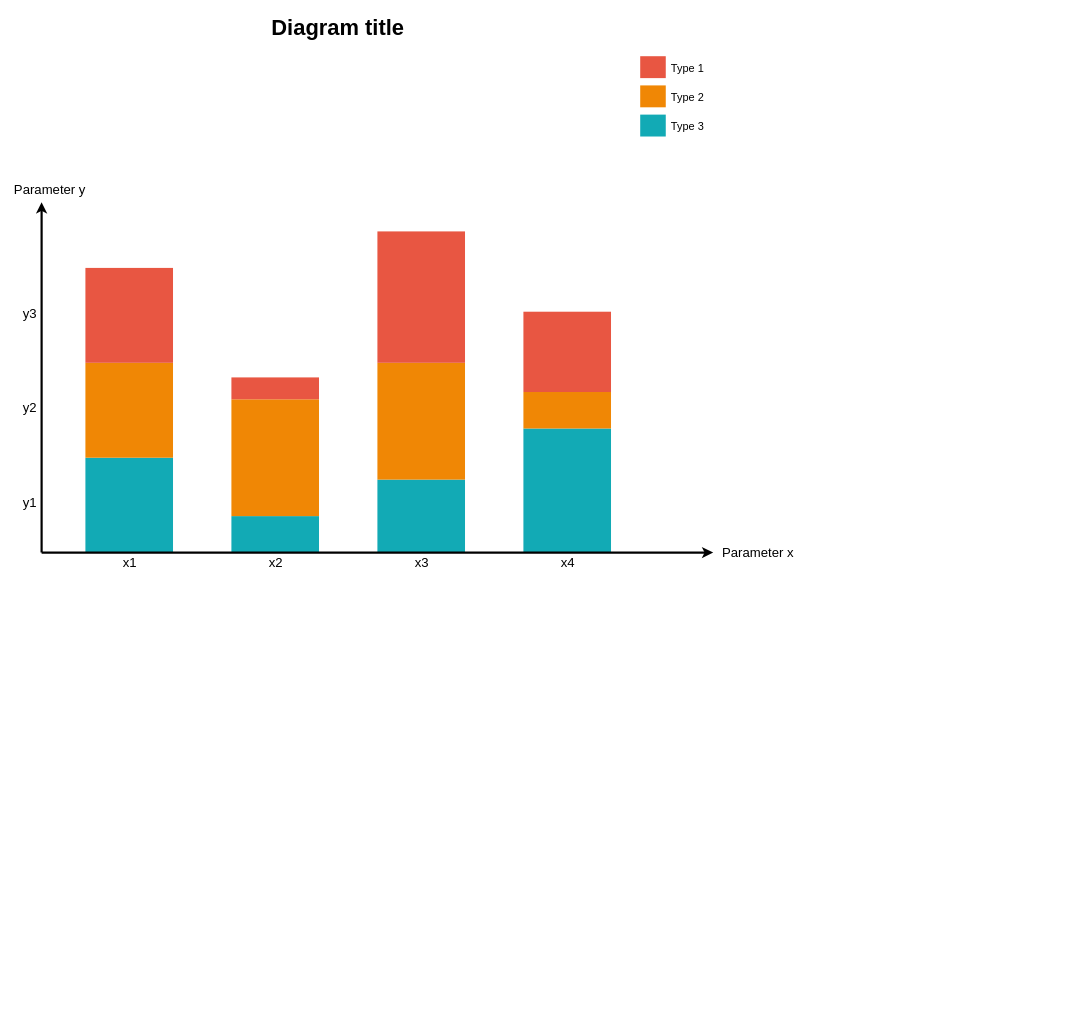
This is Untitled Diagram.drawio from zls1996/study_note, a draw.io file, before an edit. Source tidied: cells renumbered, new cells numbered last; positions are measured from the earlier drawing's top-left corner, leaving out a move shared by most shapes. Both pictures are drawn from the tidied source at 73%, with x=0, y=0 at pixel (12, 12).
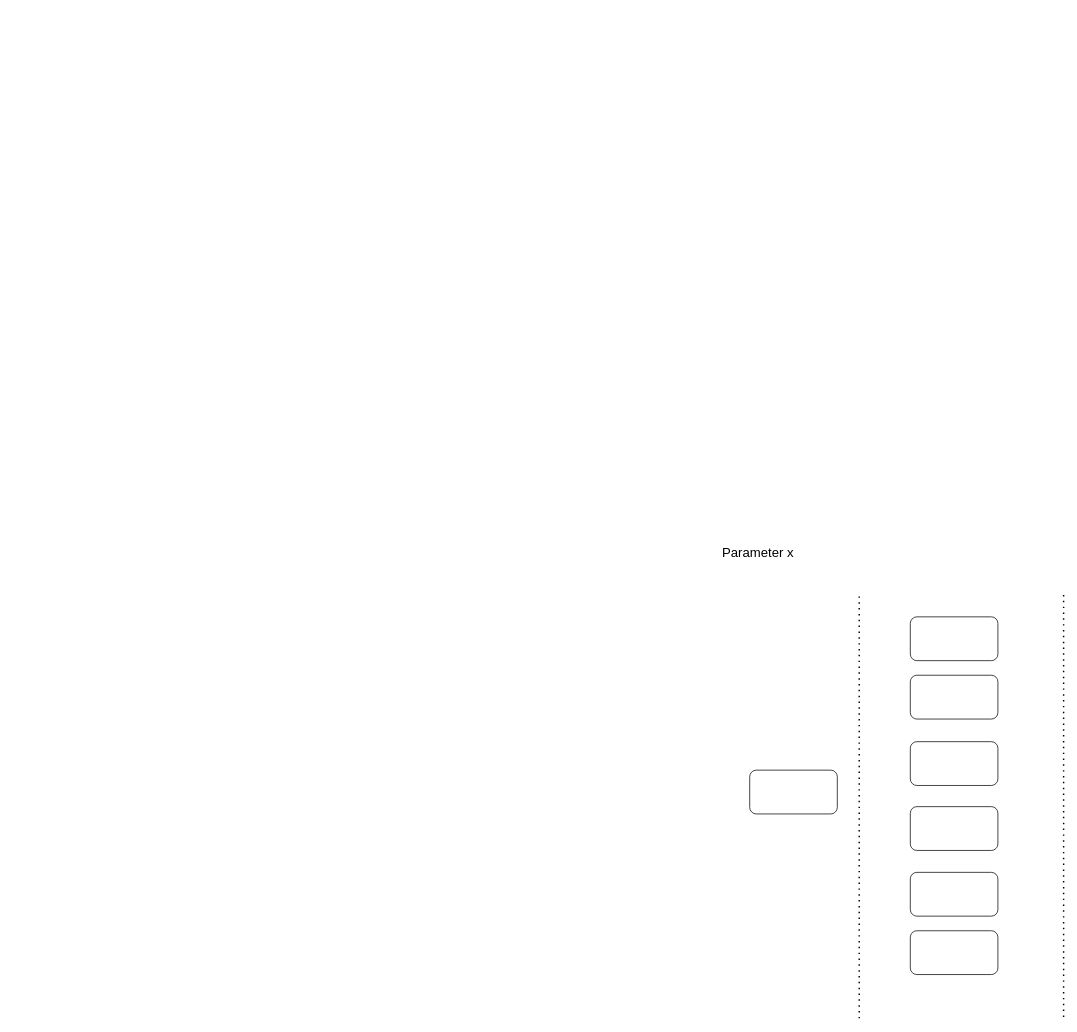
The same diagram, later.

Change to the diagram source:
```diff
@@
-    <mxCell id="2" style="whiteSpace=wrap;fillColor=#12AAB5;gradientColor=none;gradientDirection=east;strokeColor=none;html=1;fontColor=#23445d;" parent="1" vertex="1">
-      <mxGeometry x="99.5" y="610.5" width="120" height="130" as="geometry" />
-    </mxCell>
-    <mxCell id="3" style="whiteSpace=wrap;fillColor=#12AAB5;gradientColor=none;gradientDirection=east;strokeColor=none;html=1;fontColor=#23445d;" parent="1" vertex="1">
-      <mxGeometry x="299.5" y="690.5" width="120" height="50" as="geometry" />
-    </mxCell>
-    <mxCell id="4" style="whiteSpace=wrap;fillColor=#12AAB5;gradientColor=none;gradientDirection=east;strokeColor=none;html=1;fontColor=#23445d;" parent="1" vertex="1">
-      <mxGeometry x="499.5" y="640.5" width="120" height="100" as="geometry" />
-    </mxCell>
-    <mxCell id="5" style="whiteSpace=wrap;fillColor=#12AAB5;gradientColor=none;gradientDirection=east;strokeColor=none;html=1;fontColor=#23445d;" parent="1" vertex="1">
-      <mxGeometry x="699.5" y="570.5" width="120" height="170" as="geometry" />
-    </mxCell>
-    <mxCell id="6" style="edgeStyle=none;html=1;fontColor=#000000;strokeWidth=3;strokeColor=#000000;" parent="1" edge="1">
-      <mxGeometry relative="1" as="geometry">
-        <mxPoint x="39.5" y="740.5" as="sourcePoint" />
-        <mxPoint x="39.5" y="260.5" as="targetPoint" />
-      </mxGeometry>
-    </mxCell>
-    <mxCell id="7" style="whiteSpace=wrap;fillColor=#F08705;gradientColor=none;gradientDirection=east;strokeColor=none;html=1;fontColor=#23445d;" parent="1" vertex="1">
-      <mxGeometry x="99.5" y="480.5" width="120" height="130" as="geometry" />
-    </mxCell>
-    <mxCell id="8" style="whiteSpace=wrap;fillColor=#E85642;gradientColor=none;gradientDirection=east;strokeColor=none;html=1;fontColor=#23445d;" parent="1" vertex="1">
-      <mxGeometry x="99.5" y="350.5" width="120" height="130" as="geometry" />
-    </mxCell>
-    <mxCell id="9" style="whiteSpace=wrap;fillColor=#F08705;gradientColor=none;gradientDirection=east;strokeColor=none;html=1;fontColor=#23445d;" parent="1" vertex="1">
-      <mxGeometry x="299.5" y="530.5" width="120" height="160" as="geometry" />
-    </mxCell>
-    <mxCell id="10" style="whiteSpace=wrap;fillColor=#E85642;gradientColor=none;gradientDirection=east;strokeColor=none;html=1;fontColor=#23445d;" parent="1" vertex="1">
-      <mxGeometry x="299.5" y="500.5" width="120" height="30" as="geometry" />
-    </mxCell>
-    <mxCell id="11" style="whiteSpace=wrap;fillColor=#F08705;gradientColor=none;gradientDirection=east;strokeColor=none;html=1;fontColor=#23445d;" parent="1" vertex="1">
-      <mxGeometry x="499.5" y="480.5" width="120" height="160" as="geometry" />
-    </mxCell>
-    <mxCell id="12" style="whiteSpace=wrap;fillColor=#E85642;gradientColor=none;gradientDirection=east;strokeColor=none;html=1;fontColor=#23445d;" parent="1" vertex="1">
-      <mxGeometry x="499.5" y="300.5" width="120" height="180" as="geometry" />
-    </mxCell>
-    <mxCell id="13" style="edgeStyle=none;html=1;fontColor=#000000;strokeWidth=3;strokeColor=#000000;" parent="1" edge="1">
-      <mxGeometry relative="1" as="geometry">
-        <mxPoint x="39.5" y="740.5" as="sourcePoint" />
-        <mxPoint x="959.5" y="740.5" as="targetPoint" />
-      </mxGeometry>
-    </mxCell>
@@
-    <mxCell id="15" value="x1" style="text;spacingTop=-5;align=center;verticalAlign=middle;fontStyle=0;html=1;fontSize=18;strokeColor=none;" parent="1" vertex="1">
-      <mxGeometry x="99.5" y="742.5" width="120" height="30" as="geometry" />
-    </mxCell>
-    <mxCell id="16" value="x2" style="text;spacingTop=-5;align=center;verticalAlign=middle;fontStyle=0;html=1;fontSize=18;strokeColor=none;" parent="1" vertex="1">
-      <mxGeometry x="299.5" y="742.5" width="120" height="30" as="geometry" />
-    </mxCell>
-    <mxCell id="17" value="x3" style="text;spacingTop=-5;align=center;verticalAlign=middle;fontStyle=0;html=1;fontSize=18;strokeColor=none;" parent="1" vertex="1">
-      <mxGeometry x="499.5" y="742.5" width="120" height="30" as="geometry" />
-    </mxCell>
-    <mxCell id="18" style="whiteSpace=wrap;fillColor=#12AAB5;gradientColor=none;gradientDirection=east;strokeColor=none;html=1;fontColor=#23445d;" parent="1" vertex="1">
-      <mxGeometry x="859.5" y="140.5" width="35" height="30" as="geometry" />
-    </mxCell>
-    <mxCell id="19" style="whiteSpace=wrap;fillColor=#F08705;gradientColor=none;gradientDirection=east;strokeColor=none;html=1;fontColor=#23445d;" parent="1" vertex="1">
-      <mxGeometry x="859.5" y="100.5" width="35" height="30" as="geometry" />
-    </mxCell>
-    <mxCell id="20" style="whiteSpace=wrap;fillColor=#E85642;gradientColor=none;gradientDirection=east;strokeColor=none;html=1;fontColor=#23445d;" parent="1" vertex="1">
-      <mxGeometry x="859.5" y="60.5" width="35" height="30" as="geometry" />
-    </mxCell>
-    <mxCell id="21" value="Type 1" style="text;spacingTop=-5;html=1;fontSize=15;" parent="1" vertex="1">
-      <mxGeometry x="899.5" y="65.5" width="80" height="20" as="geometry" />
-    </mxCell>
-    <mxCell id="22" value="Type 2" style="text;spacingTop=-5;html=1;fontSize=15;" parent="1" vertex="1">
-      <mxGeometry x="899.5" y="105.5" width="80" height="20" as="geometry" />
-    </mxCell>
-    <mxCell id="23" value="Type 3" style="text;spacingTop=-5;html=1;fontSize=15;" parent="1" vertex="1">
-      <mxGeometry x="899.5" y="145.5" width="80" height="20" as="geometry" />
-    </mxCell>
-    <mxCell id="24" value="Parameter y" style="text;spacingTop=-5;html=1;fontSize=18;fontStyle=0;" parent="1" vertex="1">
-      <mxGeometry x="-0.5" y="231.5" width="80" height="20" as="geometry" />
-    </mxCell>
-    <mxCell id="25" value="y1" style="text;spacingTop=-5;align=center;verticalAlign=middle;fontStyle=0;html=1;fontSize=18;" parent="1" vertex="1">
-      <mxGeometry x="7.5" y="610.5" width="30" height="130" as="geometry" />
-    </mxCell>
-    <mxCell id="26" value="y2" style="text;spacingTop=-5;align=center;verticalAlign=middle;fontStyle=0;html=1;fontSize=18;" parent="1" vertex="1">
-      <mxGeometry x="7.5" y="480.5" width="30" height="130" as="geometry" />
-    </mxCell>
-    <mxCell id="27" value="y3" style="text;spacingTop=-5;align=center;verticalAlign=middle;fontStyle=0;html=1;fontSize=18;" parent="1" vertex="1">
-      <mxGeometry x="7.5" y="350.5" width="30" height="130" as="geometry" />
-    </mxCell>
-    <mxCell id="28" value="&lt;font style=&quot;font-size: 30px;&quot;&gt;Diagram title&lt;/font&gt;" style="text;spacingTop=-5;align=center;verticalAlign=middle;fontSize=30;fontStyle=1;html=1;" parent="1" vertex="1">
-      <mxGeometry x="39.5" y="0.5" width="810" height="45" as="geometry" />
-    </mxCell>
-    <mxCell id="29" style="whiteSpace=wrap;fillColor=#F08705;gradientColor=none;gradientDirection=east;strokeColor=none;html=1;fontColor=#23445d;" parent="1" vertex="1">
-      <mxGeometry x="699.5" y="520.5" width="120" height="50" as="geometry" />
-    </mxCell>
-    <mxCell id="30" style="whiteSpace=wrap;fillColor=#E85642;gradientColor=none;gradientDirection=east;strokeColor=none;html=1;fontColor=#23445d;" parent="1" vertex="1">
-      <mxGeometry x="699.5" y="410.5" width="120" height="110" as="geometry" />
-    </mxCell>
-    <mxCell id="31" value="x4" style="text;spacingTop=-5;align=center;verticalAlign=middle;fontStyle=0;html=1;fontSize=18;strokeColor=none;" parent="1" vertex="1">
-      <mxGeometry x="699.5" y="742.5" width="120" height="30" as="geometry" />
-    </mxCell>
+    <mxCell id="32" style="rounded=1;whiteSpace=wrap;html=1;" parent="1" vertex="1">
+      <mxGeometry x="1009.5" y="1038.5" width="120" height="60" as="geometry" />
+    </mxCell>
+    <mxCell id="33" style="endArrow=none;dashed=1;html=1;dashPattern=1 3;strokeWidth=2;" parent="1" edge="1">
+      <mxGeometry relative="1" as="geometry">
+        <mxPoint x="1159.5" y="1378.5" as="sourcePoint" />
+        <mxPoint x="1159.5" y="798.5" as="targetPoint" />
+      </mxGeometry>
+    </mxCell>
+    <mxCell id="34" style="endArrow=none;dashed=1;html=1;dashPattern=1 3;strokeWidth=2;" parent="1" edge="1">
+      <mxGeometry relative="1" as="geometry">
+        <mxPoint x="1439.5" y="798.5" as="sourcePoint" />
+        <mxPoint x="1439.5" y="1378.5" as="targetPoint" />
+      </mxGeometry>
+    </mxCell>
+    <mxCell id="35" style="rounded=1;whiteSpace=wrap;html=1;" parent="1" vertex="1">
+      <mxGeometry x="1229.5" y="828.5" width="120" height="60" as="geometry" />
+    </mxCell>
+    <mxCell id="36" style="rounded=1;whiteSpace=wrap;html=1;" parent="1" vertex="1">
+      <mxGeometry x="1229.5" y="908.5" width="120" height="60" as="geometry" />
+    </mxCell>
+    <mxCell id="37" style="rounded=1;whiteSpace=wrap;html=1;" parent="1" vertex="1">
+      <mxGeometry x="1229.5" y="999.5" width="120" height="60" as="geometry" />
+    </mxCell>
+    <mxCell id="38" style="rounded=1;whiteSpace=wrap;html=1;" parent="1" vertex="1">
+      <mxGeometry x="1229.5" y="1088.5" width="120" height="60" as="geometry" />
+    </mxCell>
+    <mxCell id="39" style="rounded=1;whiteSpace=wrap;html=1;" parent="1" vertex="1">
+      <mxGeometry x="1229.5" y="1178.5" width="120" height="60" as="geometry" />
+    </mxCell>
+    <mxCell id="40" style="rounded=1;whiteSpace=wrap;html=1;" parent="1" vertex="1">
+      <mxGeometry x="1229.5" y="1258.5" width="120" height="60" as="geometry" />
+    </mxCell>
```
